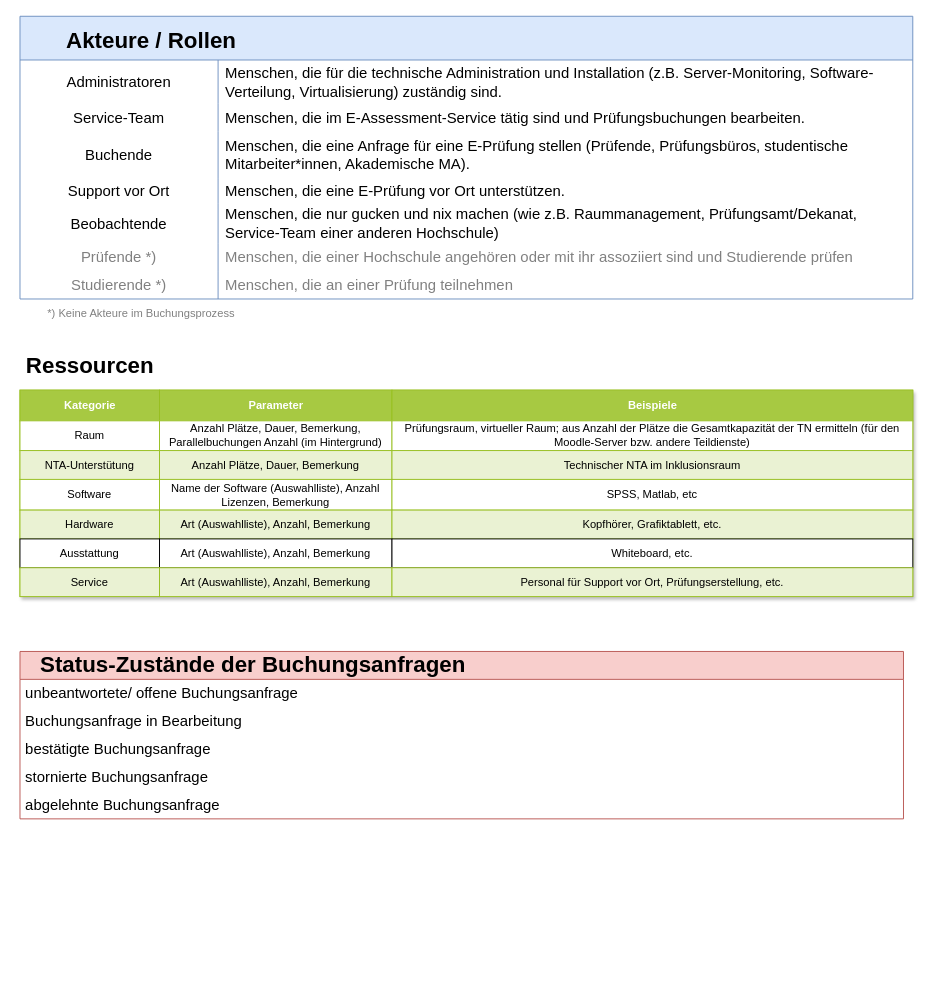
melanietreitinger/buchungstool keeps this draw.io diagram as definitionen.drawio. Above is the earlier version. Source tidied: cells renumbered, new cells numbered last; positions are measured from the earlier drawing's top-left corner, leaving out a move shared by most shapes. Both pictures are drawn from the tidied source at 93%, with x=0, y=0 at pixel (20, 16).
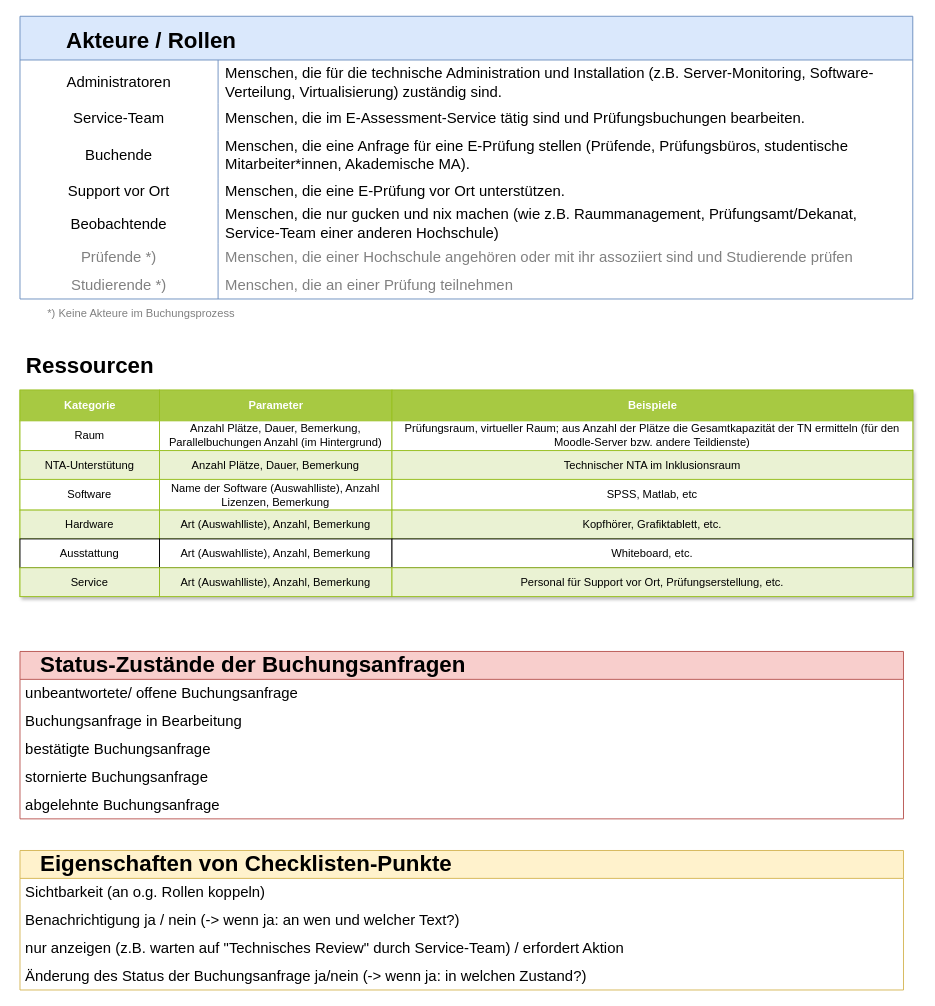
Above is the later version.

What changed in the source:
```diff
@@
+    <mxCell id="61" value="&lt;div style=&quot;padding-left: 20px; font-size: 24px;&quot; align=&quot;left&quot;&gt;&lt;font style=&quot;font-size: 24px;&quot;&gt;&lt;b&gt;Eigenschaften von Checklisten-Punkte&lt;/b&gt;&lt;/font&gt;&lt;/div&gt;" style="swimlane;fontStyle=0;horizontal=1;startSize=30;whiteSpace=wrap;html=1;align=left;fillColor=#fff2cc;strokeColor=#d6b656;" parent="1" vertex="1">
+      <mxGeometry y="897" width="950" height="150" as="geometry" />
+    </mxCell>
+    <mxCell id="62" value="Sichtbarkeit (an o.g. Rollen koppeln)" style="text;strokeColor=none;fillColor=none;align=left;verticalAlign=middle;spacingLeft=4;spacingRight=4;overflow=hidden;whiteSpace=wrap;html=1;fontSize=16;" parent="61" vertex="1">
+      <mxGeometry y="30" width="950" height="30" as="geometry" />
+    </mxCell>
+    <mxCell id="63" value="&lt;div&gt;Benachrichtigung ja / nein (-&amp;gt; wenn ja: an wen und welcher Text?)&lt;br&gt;&lt;/div&gt;" style="text;strokeColor=none;fillColor=none;align=left;verticalAlign=middle;spacingLeft=4;spacingRight=4;overflow=hidden;whiteSpace=wrap;html=1;fontSize=16;" parent="61" vertex="1">
+      <mxGeometry y="60" width="950" height="30" as="geometry" />
+    </mxCell>
+    <mxCell id="64" value="nur anzeigen (z.B. warten auf &quot;Technisches Review&quot; durch Service-Team) / erfordert Aktion" style="text;strokeColor=none;fillColor=none;align=left;verticalAlign=middle;spacingLeft=4;spacingRight=4;overflow=hidden;whiteSpace=wrap;html=1;fontSize=16;" parent="61" vertex="1">
+      <mxGeometry y="90" width="950" height="30" as="geometry" />
+    </mxCell>
+    <mxCell id="65" value="&lt;div&gt;Änderung des Status der Buchungsanfrage ja/nein (-&amp;gt; wenn ja: in welchen Zustand?)&lt;/div&gt;" style="text;strokeColor=none;fillColor=none;align=left;verticalAlign=middle;spacingLeft=4;spacingRight=4;overflow=hidden;whiteSpace=wrap;html=1;fontSize=16;" parent="61" vertex="1">
+      <mxGeometry y="120" width="950" height="30" as="geometry" />
+    </mxCell>
```
